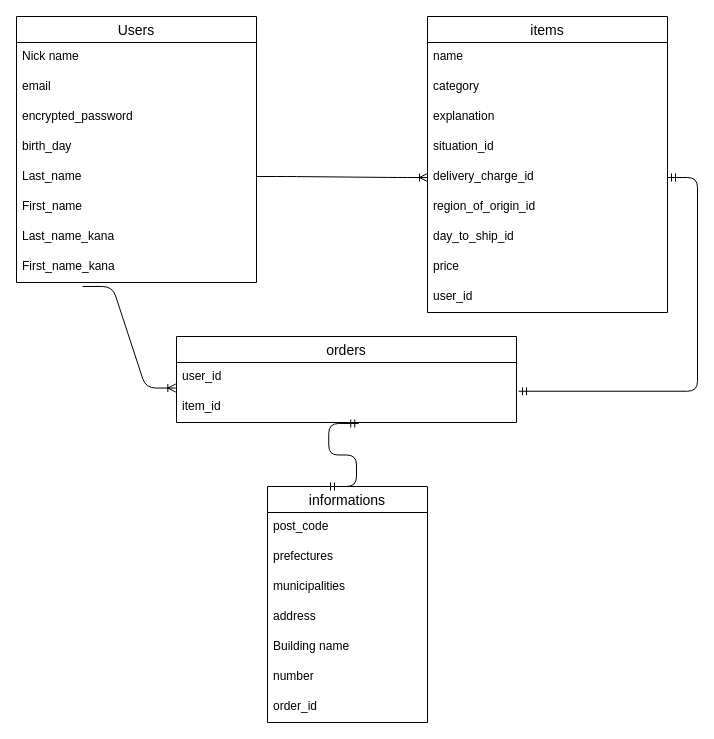
taki39384/furima-39384 keeps this draw.io diagram as furima.dio. Above is the earlier version. Source tidied: cells renumbered, new cells numbered last; positions are measured from the earlier drawing's top-left corner, leaving out a move shared by most shapes. Both pictures are drawn from the tidied source at 100%, with x=0, y=0 at pixel (16, 16).
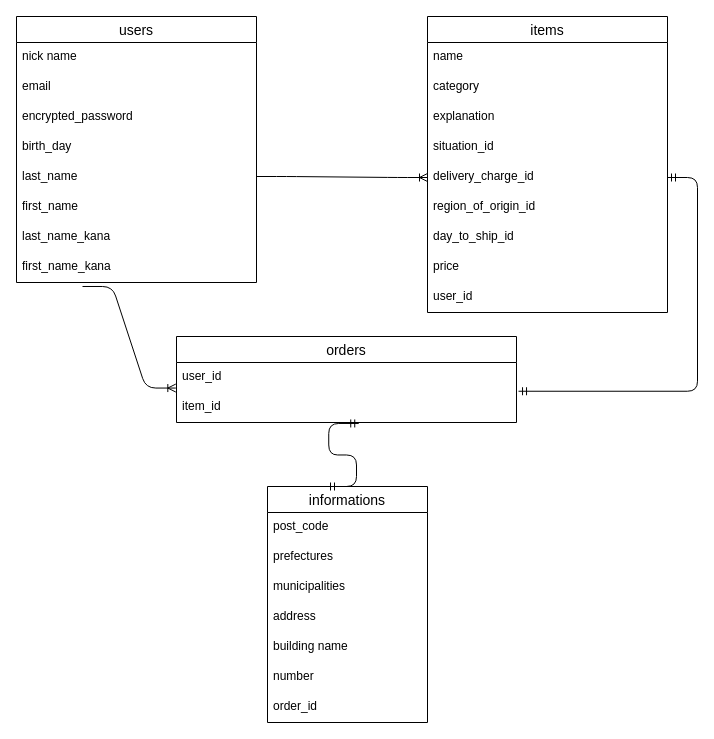
The same diagram, later.

Commit message (it also covers changes not shown here):
コードレビュー修正版２

Unchanged cells that the change refers to:
```xml
<mxCell id="27" value="informations" style="swimlane;fontStyle=0;horizontal=1;startSize=26;align=center;fontSize=14;" parent="1" vertex="1">
  <mxGeometry x="251" y="470" width="160" height="236" as="geometry" />
</mxCell>
```

What changed in the source:
```diff
@@
-    <mxCell id="2" value="Users" style="swimlane;fontStyle=0;horizontal=1;startSize=26;align=center;fontSize=14;" parent="1" vertex="1">
+    <mxCell id="2" value="users" style="swimlane;fontStyle=0;horizontal=1;startSize=26;align=center;fontSize=14;" parent="1" vertex="1">
       <mxGeometry width="240" height="266" as="geometry" />
     </mxCell>
-    <mxCell id="3" value="Nick name" style="text;strokeColor=none;fillColor=none;spacingLeft=4;spacingRight=4;overflow=hidden;fontSize=12;" parent="2" vertex="1">
+    <mxCell id="3" value="nick name" style="text;strokeColor=none;fillColor=none;spacingLeft=4;spacingRight=4;overflow=hidden;fontSize=12;" parent="2" vertex="1">
       <mxGeometry y="26" width="240" height="30" as="geometry" />
     </mxCell>
@@
-    <mxCell id="7" value="Last_name" style="text;strokeColor=none;fillColor=none;spacingLeft=4;spacingRight=4;overflow=hidden;fontSize=12;" parent="2" vertex="1">
+    <mxCell id="7" value="last_name" style="text;strokeColor=none;fillColor=none;spacingLeft=4;spacingRight=4;overflow=hidden;fontSize=12;" parent="2" vertex="1">
       <mxGeometry y="146" width="240" height="30" as="geometry" />
     </mxCell>
-    <mxCell id="8" value="First_name" style="text;strokeColor=none;fillColor=none;spacingLeft=4;spacingRight=4;overflow=hidden;fontSize=12;" parent="2" vertex="1">
+    <mxCell id="8" value="first_name" style="text;strokeColor=none;fillColor=none;spacingLeft=4;spacingRight=4;overflow=hidden;fontSize=12;" parent="2" vertex="1">
       <mxGeometry y="176" width="240" height="30" as="geometry" />
     </mxCell>
-    <mxCell id="9" value="Last_name_kana" style="text;strokeColor=none;fillColor=none;spacingLeft=4;spacingRight=4;overflow=hidden;fontSize=12;" parent="2" vertex="1">
+    <mxCell id="9" value="last_name_kana" style="text;strokeColor=none;fillColor=none;spacingLeft=4;spacingRight=4;overflow=hidden;fontSize=12;" parent="2" vertex="1">
       <mxGeometry y="206" width="240" height="30" as="geometry" />
     </mxCell>
-    <mxCell id="10" value="First_name_kana" style="text;strokeColor=none;fillColor=none;spacingLeft=4;spacingRight=4;overflow=hidden;points=[[0,0.5],[1,0.5]];portConstraint=eastwest;fontSize=12;" parent="2" vertex="1">
+    <mxCell id="10" value="first_name_kana" style="text;strokeColor=none;fillColor=none;spacingLeft=4;spacingRight=4;overflow=hidden;points=[[0,0.5],[1,0.5]];portConstraint=eastwest;fontSize=12;" parent="2" vertex="1">
       <mxGeometry y="236" width="240" height="30" as="geometry" />
     </mxCell>
@@
-    <mxCell id="32" value="Building name" style="text;strokeColor=none;fillColor=none;spacingLeft=4;spacingRight=4;overflow=hidden;fontSize=12;" parent="27" vertex="1">
+    <mxCell id="32" value="building name" style="text;strokeColor=none;fillColor=none;spacingLeft=4;spacingRight=4;overflow=hidden;fontSize=12;" parent="27" vertex="1">
       <mxGeometry y="146" width="160" height="30" as="geometry" />
     </mxCell>
```
